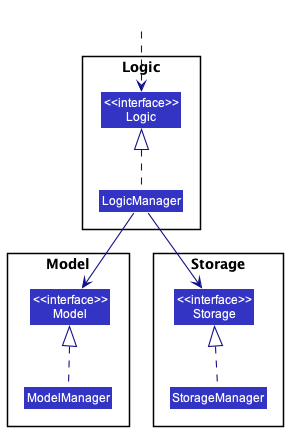
The PlantUML diagram docs/images/ComponentManagers.png in se-edu/addressbook-level3, before a commit.
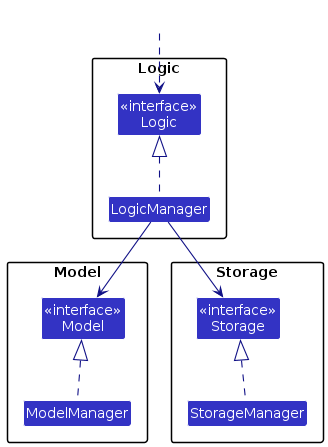
Later version of the same file.

Change to the diagram source:
```diff
@@ -4,17 +4,17 @@
 skinparam arrowColor LOGIC_COLOR_T4
 skinparam classBackgroundColor LOGIC_COLOR
 
-package Logic {
+package Logic as LogicPackage {
 Class "<<interface>>\nLogic" as Logic
 Class LogicManager
 }
 
-package Model{
+package Model as ModelPackage {
 Class "<<interface>>\nModel" as Model
 Class ModelManager
 }
 
-package Storage{
+package Storage as StoragePackage {
 Class "<<interface>>\nStorage" as Storage
 Class StorageManager
 }
```
